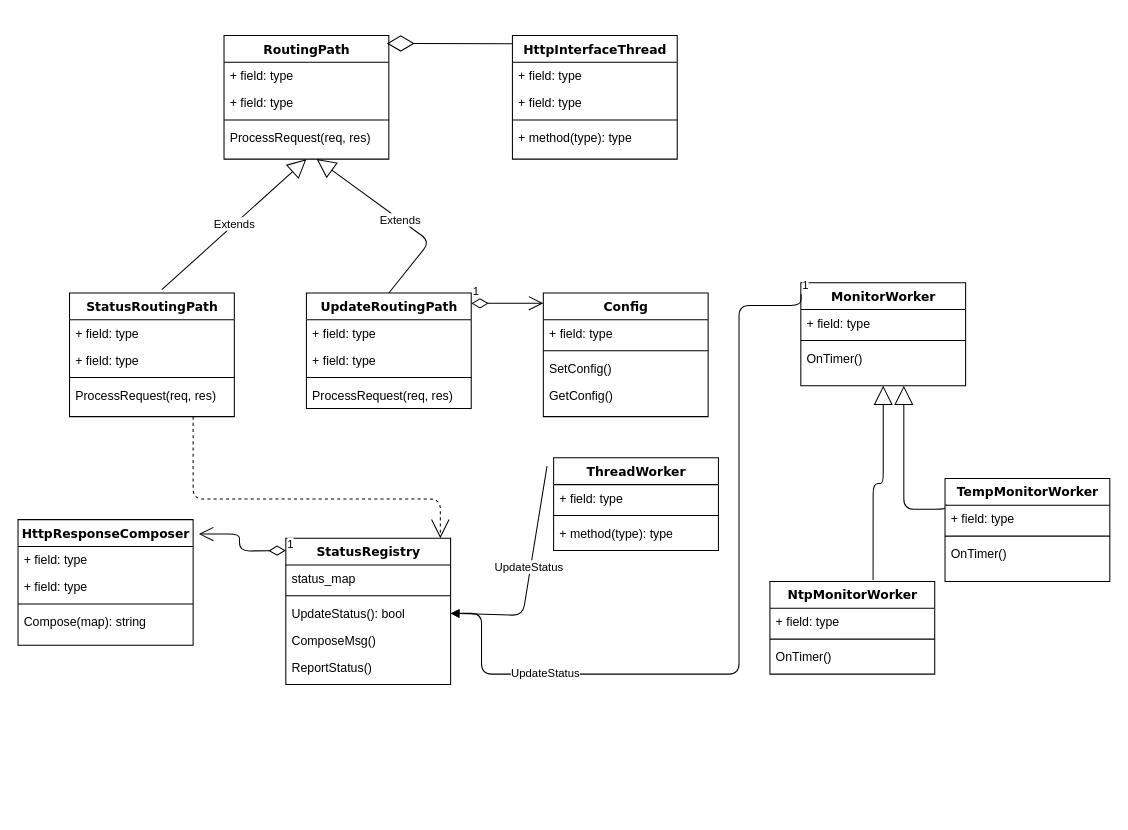
Before: page "classes" (1 of 2) of httpworker.drawio in joeshow79/umlchart, a draw.io diagram. Source tidied: cells renumbered, new cells numbered last; positions are measured from the earlier drawing's top-left corner, leaving out a move shared by most shapes. Both pictures are drawn from the tidied source at 103%, with x=0, y=0 at pixel (18, 35).
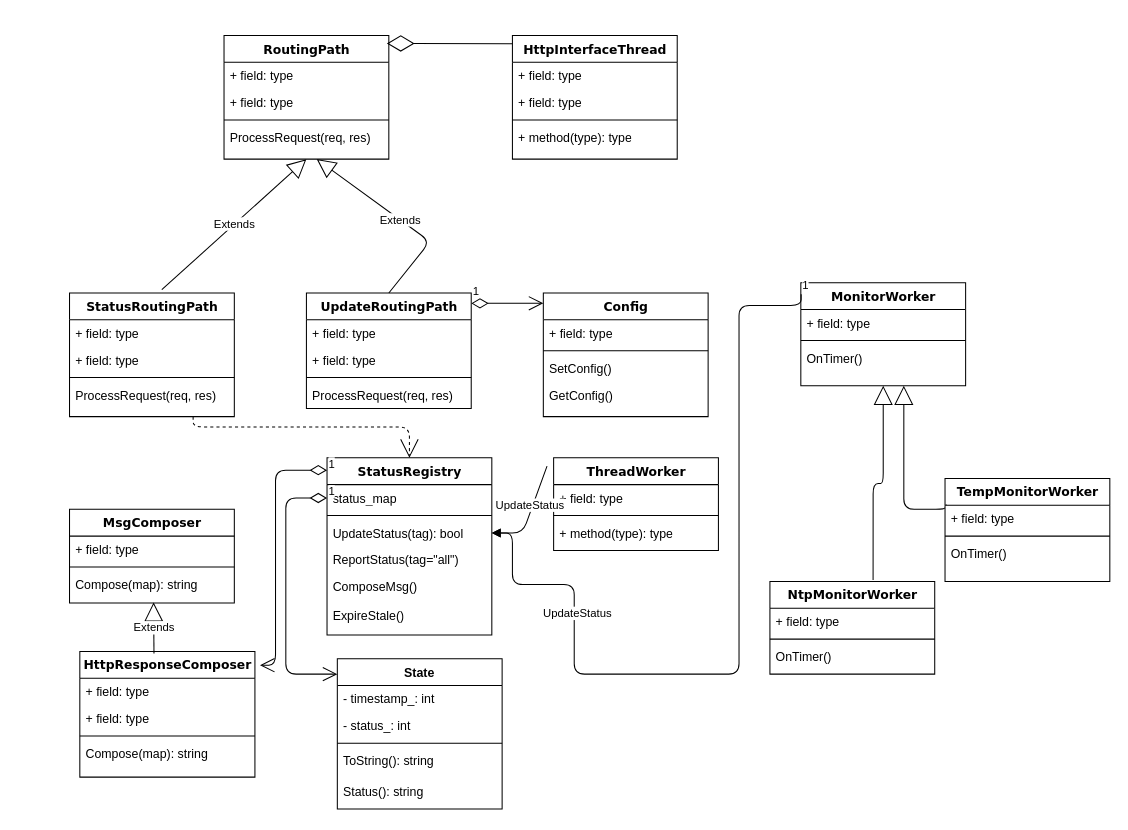
The same page after the edit.

The change refers to these unchanged cells:
```xml
<mxCell id="3" value="StatusRoutingPath" style="swimlane;html=1;fontStyle=1;align=center;verticalAlign=top;horizontal=1;startSize=26;swimlaneFillColor=#ffffff;rounded=0;shadow=0;comic=0;labelBackgroundColor=none;strokeWidth=1;fillColor=none;fontFamily=Verdana;fontSize=12;" parent="1" vertex="1">
  <mxGeometry x="50" y="250" width="160" height="120" as="geometry" />
</mxCell>
<mxCell id="13" value="MonitorWorker" style="swimlane;html=1;fontStyle=1;align=center;verticalAlign=top;horizontal=1;startSize=26;swimlaneFillColor=#ffffff;rounded=0;shadow=0;comic=0;labelBackgroundColor=none;strokeWidth=1;fillColor=none;fontFamily=Verdana;fontSize=12;" parent="1" vertex="1">
  <mxGeometry x="760" y="240" width="160" height="100" as="geometry" />
</mxCell>
<mxCell id="24" value="status_map" style="text;html=1;strokeColor=none;fillColor=none;align=left;verticalAlign=top;spacingLeft=4;spacingRight=4;whiteSpace=wrap;overflow=hidden;points=[[0,0.5],[1,0.5]];portConstraint=eastwest;" parent="22" vertex="1">
  <mxGeometry y="26" width="160" height="26" as="geometry" />
</mxCell>
<mxCell id="54" value="ThreadWorker" style="swimlane;html=1;fontStyle=1;align=center;verticalAlign=top;horizontal=1;startSize=26;swimlaneFillColor=#ffffff;rounded=0;shadow=0;comic=0;labelBackgroundColor=none;strokeWidth=1;fillColor=none;fontFamily=Verdana;fontSize=12;" parent="1" vertex="1">
  <mxGeometry x="520" y="410" width="160" height="90" as="geometry" />
</mxCell>
```

Change to the diagram source:
```diff
@@
     <mxCell id="2" style="edgeStyle=orthogonalEdgeStyle;html=1;labelBackgroundColor=none;startFill=0;startSize=8;endArrow=open;endFill=0;endSize=16;fontFamily=Verdana;fontSize=12;dashed=1;" parent="1" edge="1" source="3" target="22">
       <mxGeometry relative="1" as="geometry">
         <Array as="points">
-          <mxPoint x="170" y="450" />
-          <mxPoint x="410" y="450" />
+          <mxPoint x="170" y="380" />
+          <mxPoint x="380" y="380" />
         </Array>
       </mxGeometry>
     </mxCell>
@@
     <mxCell id="17" value="HttpResponseComposer" style="swimlane;html=1;fontStyle=1;align=center;verticalAlign=top;horizontal=1;startSize=26;swimlaneFillColor=#ffffff;rounded=0;shadow=0;comic=0;labelBackgroundColor=none;strokeWidth=1;fillColor=none;fontFamily=Verdana;fontSize=12;" parent="1" vertex="1">
-      <mxGeometry y="470" width="170" height="122" as="geometry" />
+      <mxGeometry x="60" y="598" width="170" height="122" as="geometry" />
     </mxCell>
@@
     <mxCell id="22" value="StatusRegistry" style="swimlane;html=1;fontStyle=1;align=center;verticalAlign=top;horizontal=1;startSize=26;swimlaneFillColor=#ffffff;rounded=0;shadow=0;comic=0;labelBackgroundColor=none;strokeWidth=1;fillColor=none;fontFamily=Verdana;fontSize=12;" parent="1" vertex="1">
-      <mxGeometry x="260" y="488" width="160" height="142" as="geometry" />
+      <mxGeometry x="300" y="410" width="160" height="172" as="geometry" />
     </mxCell>
-    <mxCell id="23" value="1" style="endArrow=open;html=1;endSize=12;startArrow=diamondThin;startSize=14;startFill=0;edgeStyle=orthogonalEdgeStyle;align=left;verticalAlign=bottom;entryX=1.033;entryY=0.115;entryDx=0;entryDy=0;entryPerimeter=0;" parent="22" edge="1" target="17">
+    <mxCell id="23" value="1" style="endArrow=open;html=1;endSize=12;startArrow=diamondThin;startSize=14;startFill=0;edgeStyle=orthogonalEdgeStyle;align=left;verticalAlign=bottom;entryX=1.029;entryY=0.109;entryDx=0;entryDy=0;entryPerimeter=0;" parent="22" edge="1" target="17">
       <mxGeometry x="-1" y="3" relative="1" as="geometry">
         <mxPoint y="12" as="sourcePoint" />
+        <Array as="points">
+          <mxPoint x="-50" y="12" />
+          <mxPoint x="-50" y="201" />
+        </Array>
       </mxGeometry>
     </mxCell>
@@
-    <mxCell id="26" value="UpdateStatus(): bool" style="text;html=1;strokeColor=none;fillColor=none;align=left;verticalAlign=top;spacingLeft=4;spacingRight=4;whiteSpace=wrap;overflow=hidden;points=[[0,0.5],[1,0.5]];portConstraint=eastwest;" parent="22" vertex="1">
+    <mxCell id="26" value="UpdateStatus(tag): bool" style="text;html=1;strokeColor=none;fillColor=none;align=left;verticalAlign=top;spacingLeft=4;spacingRight=4;whiteSpace=wrap;overflow=hidden;points=[[0,0.5],[1,0.5]];portConstraint=eastwest;" parent="22" vertex="1">
       <mxGeometry y="60" width="160" height="26" as="geometry" />
     </mxCell>
-    <mxCell id="27" value="ComposeMsg()" style="text;html=1;strokeColor=none;fillColor=none;align=left;verticalAlign=top;spacingLeft=4;spacingRight=4;whiteSpace=wrap;overflow=hidden;" parent="22" vertex="1">
+    <mxCell id="27" value="ReportStatus(tag=&quot;all&quot;)" style="text;html=1;strokeColor=none;fillColor=none;align=left;verticalAlign=top;spacingLeft=4;spacingRight=4;whiteSpace=wrap;overflow=hidden;" parent="22" vertex="1">
       <mxGeometry y="86" width="160" height="26" as="geometry" />
     </mxCell>
-    <mxCell id="28" value="ReportStatus()" style="text;html=1;strokeColor=none;fillColor=none;align=left;verticalAlign=top;spacingLeft=4;spacingRight=4;whiteSpace=wrap;overflow=hidden;" parent="22" vertex="1">
-      <mxGeometry y="112" width="160" height="26" as="geometry" />
-    </mxCell>
+    <mxCell id="66" value="ComposeMsg()" style="text;html=1;strokeColor=none;fillColor=none;align=left;verticalAlign=top;spacingLeft=4;spacingRight=4;whiteSpace=wrap;overflow=hidden;" parent="22" vertex="1">
+      <mxGeometry y="112" width="160" height="28" as="geometry" />
+    </mxCell>
+    <mxCell id="67" value="ExpireStale()" style="text;html=1;strokeColor=none;fillColor=none;align=left;verticalAlign=top;spacingLeft=4;spacingRight=4;whiteSpace=wrap;overflow=hidden;" parent="22" vertex="1">
+      <mxGeometry y="140" width="160" height="30" as="geometry" />
+    </mxCell>
@@
     <mxCell id="45" style="endArrow=block;endFill=1;html=1;edgeStyle=orthogonalEdgeStyle;align=left;verticalAlign=top;exitX=0.002;exitY=0.112;exitDx=0;exitDy=0;exitPerimeter=0;entryX=1;entryY=0.5;entryDx=0;entryDy=0;" parent="1" edge="1" source="13" target="26">
       <mxGeometry x="-1" relative="1" as="geometry">
         <Array as="points">
           <mxPoint x="760" y="262" />
           <mxPoint x="700" y="262" />
           <mxPoint x="700" y="620" />
-          <mxPoint x="450" y="620" />
-          <mxPoint x="450" y="561" />
+          <mxPoint x="540" y="620" />
+          <mxPoint x="540" y="533" />
+          <mxPoint x="480" y="533" />
+          <mxPoint x="480" y="483" />
         </Array>
       </mxGeometry>
     </mxCell>
@@
     <mxCell id="58" value="UpdateStatus" style="html=1;verticalAlign=bottom;endArrow=block;exitX=-0.04;exitY=0.089;exitDx=0;exitDy=0;exitPerimeter=0;entryX=1;entryY=0.5;entryDx=0;entryDy=0;" parent="1" edge="1" source="54" target="26">
       <mxGeometry relative="1" as="geometry">
         <Array as="points">
-          <mxPoint x="490" y="563" />
+          <mxPoint x="490" y="483" />
         </Array>
       </mxGeometry>
     </mxCell>
@@
+    <mxCell id="68" value="MsgComposer" style="swimlane;html=1;fontStyle=1;align=center;verticalAlign=top;horizontal=1;startSize=26;swimlaneFillColor=#ffffff;rounded=0;shadow=0;comic=0;labelBackgroundColor=none;strokeWidth=1;fillColor=none;fontFamily=Verdana;fontSize=12;" parent="1" vertex="1">
+      <mxGeometry x="50" y="460" width="160" height="91" as="geometry" />
+    </mxCell>
+    <mxCell id="69" value="+ field: type" style="text;html=1;strokeColor=none;fillColor=none;align=left;verticalAlign=top;spacingLeft=4;spacingRight=4;whiteSpace=wrap;overflow=hidden;" parent="68" vertex="1">
+      <mxGeometry y="26" width="160" height="26" as="geometry" />
+    </mxCell>
+    <mxCell id="70" style="line;html=1;strokeWidth=1;fillColor=none;align=left;verticalAlign=middle;spacingTop=-1;spacingLeft=3;spacingRight=3;labelPosition=right;" parent="68" vertex="1">
+      <mxGeometry y="52" width="160" height="8" as="geometry" />
+    </mxCell>
+    <mxCell id="71" value="Compose(map): string" style="text;html=1;strokeColor=none;fillColor=none;align=left;verticalAlign=top;spacingLeft=4;spacingRight=4;whiteSpace=wrap;overflow=hidden;points=[[0,0.5],[1,0.5]];portConstraint=eastwest;" parent="68" vertex="1">
+      <mxGeometry y="60" width="160" height="26" as="geometry" />
+    </mxCell>
+    <mxCell id="72" value="Extends" style="endArrow=block;endSize=16;endFill=0;html=1;entryX=0.51;entryY=1.167;entryDx=0;entryDy=0;entryPerimeter=0;" parent="1" edge="1" target="71">
+      <mxGeometry relative="1" as="geometry">
+        <mxPoint x="132" y="600" as="sourcePoint" />
+      </mxGeometry>
+    </mxCell>
+    <mxCell id="73" value="State" style="swimlane;fontStyle=1;align=center;verticalAlign=top;horizontal=1;startSize=26;" parent="1" vertex="1">
+      <mxGeometry x="310" y="605" width="160" height="146" as="geometry" />
+    </mxCell>
+    <mxCell id="74" value="- timestamp_: int" style="text;strokeColor=none;fillColor=none;align=left;verticalAlign=top;spacingLeft=4;spacingRight=4;overflow=hidden;" parent="73" vertex="1">
+      <mxGeometry y="26" width="160" height="26" as="geometry" />
+    </mxCell>
+    <mxCell id="75" value="- status_: int" style="text;strokeColor=none;fillColor=none;align=left;verticalAlign=top;spacingLeft=4;spacingRight=4;overflow=hidden;" parent="73" vertex="1">
+      <mxGeometry y="52" width="160" height="26" as="geometry" />
+    </mxCell>
+    <mxCell id="76" style="line;strokeWidth=1;fillColor=none;align=left;verticalAlign=middle;spacingTop=-1;spacingLeft=3;spacingRight=3;labelPosition=right;" parent="73" vertex="1">
+      <mxGeometry y="78" width="160" height="8" as="geometry" />
+    </mxCell>
+    <mxCell id="77" value="ToString(): string" style="text;strokeColor=none;fillColor=none;align=left;verticalAlign=top;spacingLeft=4;spacingRight=4;overflow=hidden;" parent="73" vertex="1">
+      <mxGeometry y="86" width="160" height="30" as="geometry" />
+    </mxCell>
+    <mxCell id="78" value="Status(): string" style="text;strokeColor=none;fillColor=none;align=left;verticalAlign=top;spacingLeft=4;spacingRight=4;overflow=hidden;" parent="73" vertex="1">
+      <mxGeometry y="116" width="160" height="30" as="geometry" />
+    </mxCell>
+    <mxCell id="79" value="1" style="endArrow=open;html=1;endSize=12;startArrow=diamondThin;startSize=14;startFill=0;edgeStyle=orthogonalEdgeStyle;align=left;verticalAlign=bottom;exitX=0;exitY=0.5;exitDx=0;exitDy=0;" parent="1" edge="1" source="24">
+      <mxGeometry x="-1" y="3" relative="1" as="geometry">
+        <mxPoint x="310" y="620" as="targetPoint" />
+        <Array as="points">
+          <mxPoint x="260" y="449" />
+          <mxPoint x="260" y="620" />
+          <mxPoint x="300" y="620" />
+        </Array>
+      </mxGeometry>
+    </mxCell>
```
